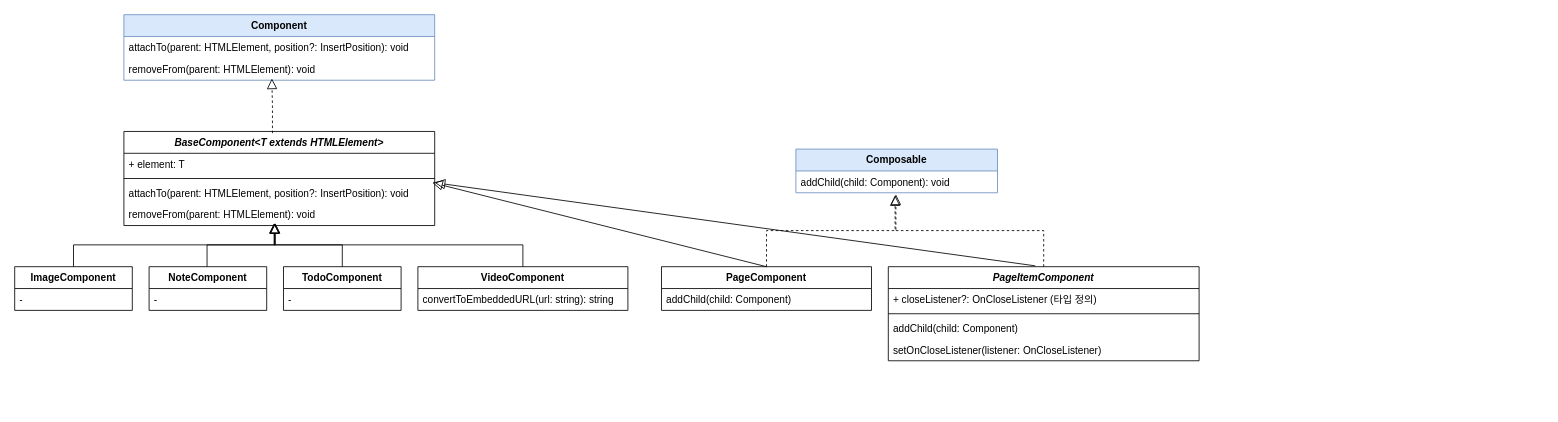
ljw1126/helloTypeScript keeps this draw.io diagram as motion/ts-domain.drawio. Above is the earlier version. Source tidied: cells renumbered, new cells numbered last; positions are measured from the earlier drawing's top-left corner, leaving out a move shared by most shapes. Both pictures are drawn from the tidied source at 84%, with x=0, y=0 at pixel (14, 14).
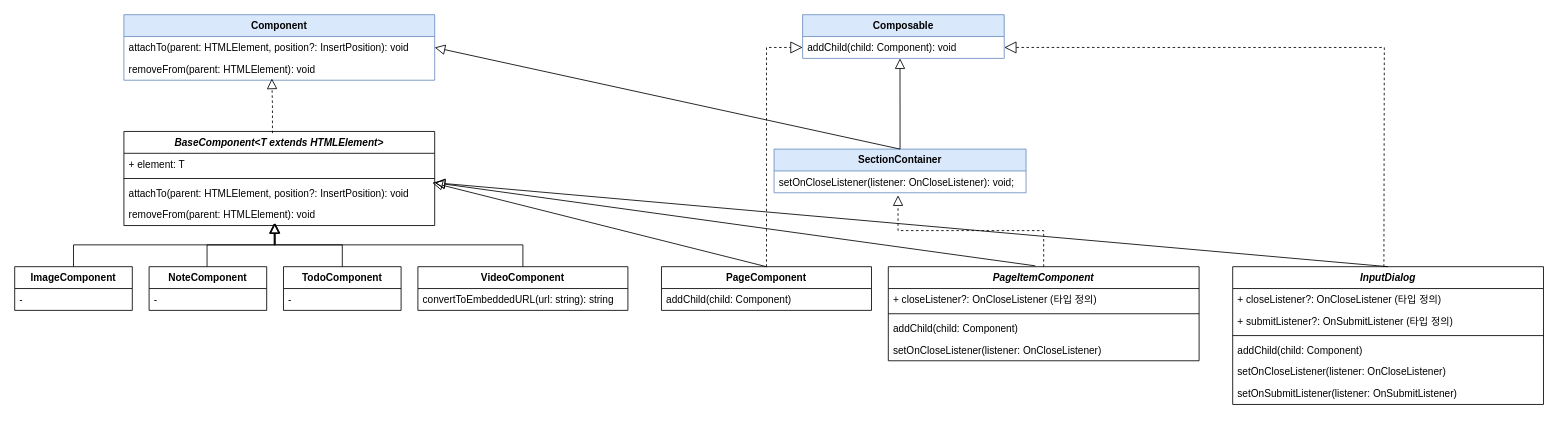
The same page after the edit.

Commit message:
update domain diagram

Unchanged cells that the change refers to:
```xml
<mxCell id="3" value="attachTo(parent: HTMLElement, position?: InsertPosition): void" style="text;strokeColor=none;fillColor=none;align=left;verticalAlign=top;spacingLeft=4;spacingRight=4;overflow=hidden;points=[[0,0.5],[1,0.5]];portConstraint=eastwest;whiteSpace=wrap;html=1;" parent="2" vertex="1">
  <mxGeometry y="26" width="370" height="26" as="geometry" />
</mxCell>
<mxCell id="31" value="&lt;b&gt;PageComponent&lt;/b&gt;" style="swimlane;fontStyle=0;horizontal=1;startSize=26;fillColor=none;whiteSpace=wrap;html=1;" parent="1" vertex="1">
  <mxGeometry x="770" y="300" width="250" height="52" as="geometry" />
</mxCell>
```

Change to the diagram source:
```diff
@@
-    <mxCell id="23" value="&lt;b&gt;Composable&lt;/b&gt;" style="swimlane;fontStyle=0;horizontal=1;startSize=26;fillColor=#dae8fc;whiteSpace=wrap;html=1;strokeColor=#6c8ebf;" parent="1" vertex="1">
-      <mxGeometry x="930" y="160" width="240" height="52" as="geometry" />
+    <mxCell id="23" value="&lt;b&gt;SectionContainer&lt;/b&gt;" style="swimlane;fontStyle=0;horizontal=1;startSize=26;fillColor=#dae8fc;whiteSpace=wrap;html=1;strokeColor=#6c8ebf;" parent="1" vertex="1">
+      <mxGeometry x="904" y="160" width="300" height="52" as="geometry" />
     </mxCell>
-    <mxCell id="24" value="addChild(child: Component): void" style="text;strokeColor=none;fillColor=none;align=left;verticalAlign=top;spacingLeft=4;spacingRight=4;overflow=hidden;points=[[0,0.5],[1,0.5]];portConstraint=eastwest;whiteSpace=wrap;html=1;" parent="23" vertex="1">
-      <mxGeometry y="26" width="240" height="26" as="geometry" />
+    <mxCell id="24" value="setOnCloseListener(listener: OnCloseListener): void;" style="text;strokeColor=none;fillColor=none;align=left;verticalAlign=top;spacingLeft=4;spacingRight=4;overflow=hidden;points=[[0,0.5],[1,0.5]];portConstraint=eastwest;whiteSpace=wrap;html=1;" parent="23" vertex="1">
+      <mxGeometry y="26" width="300" height="26" as="geometry" />
     </mxCell>
@@
-    <mxCell id="33" style="endArrow=block;endSize=10;endFill=0;shadow=0;strokeWidth=1;rounded=0;curved=0;edgeStyle=elbowEdgeStyle;elbow=vertical;entryX=0.496;entryY=1.077;entryDx=0;entryDy=0;entryPerimeter=0;exitX=0.5;exitY=0;exitDx=0;exitDy=0;dashed=1;" parent="1" edge="1" source="31" target="24">
-      <mxGeometry relative="1" as="geometry" />
-    </mxCell>
@@
+    <mxCell id="36" value="&lt;b&gt;Composable&lt;/b&gt;" style="swimlane;fontStyle=0;horizontal=1;startSize=26;fillColor=#dae8fc;whiteSpace=wrap;html=1;strokeColor=#6c8ebf;" parent="1" vertex="1">
+      <mxGeometry x="938" width="240" height="52" as="geometry" />
+    </mxCell>
+    <mxCell id="37" value="addChild(child: Component): void" style="text;strokeColor=none;fillColor=none;align=left;verticalAlign=top;spacingLeft=4;spacingRight=4;overflow=hidden;points=[[0,0.5],[1,0.5]];portConstraint=eastwest;whiteSpace=wrap;html=1;" parent="36" vertex="1">
+      <mxGeometry y="26" width="240" height="26" as="geometry" />
+    </mxCell>
+    <mxCell id="38" style="endArrow=block;endSize=10;endFill=0;shadow=0;strokeWidth=1;rounded=0;elbow=vertical;exitX=0.5;exitY=0;exitDx=0;exitDy=0;entryX=0.483;entryY=1;entryDx=0;entryDy=0;entryPerimeter=0;" parent="1" edge="1" source="23" target="37">
+      <mxGeometry relative="1" as="geometry" />
+    </mxCell>
+    <mxCell id="39" style="endArrow=block;endSize=10;endFill=0;shadow=0;strokeWidth=1;rounded=0;elbow=vertical;exitX=0.5;exitY=0;exitDx=0;exitDy=0;entryX=1;entryY=0.5;entryDx=0;entryDy=0;" parent="1" edge="1" source="23" target="3">
+      <mxGeometry relative="1" as="geometry" />
+    </mxCell>
+    <mxCell id="40" value="InputDialog" style="swimlane;fontStyle=3;align=center;verticalAlign=top;horizontal=1;startSize=26;rounded=0;shadow=0;strokeWidth=1;" parent="1" vertex="1">
+      <mxGeometry x="1450" y="300" width="370" height="164" as="geometry" />
+    </mxCell>
+    <mxCell id="41" value="+ closeListener?: OnCloseListener (타입 정의)" style="text;align=left;verticalAlign=top;spacingLeft=4;spacingRight=4;overflow=hidden;" parent="40" vertex="1">
+      <mxGeometry y="26" width="370" height="26" as="geometry" />
+    </mxCell>
+    <mxCell id="42" value="+ submitListener?: OnSubmitListener (타입 정의)" style="text;align=left;verticalAlign=top;spacingLeft=4;spacingRight=4;overflow=hidden;" parent="40" vertex="1">
+      <mxGeometry y="52" width="370" height="26" as="geometry" />
+    </mxCell>
+    <mxCell id="43" style="line;html=1;strokeWidth=1;align=left;verticalAlign=middle;spacingTop=-1;spacingLeft=3;spacingRight=3;labelPosition=right;" parent="40" vertex="1">
+      <mxGeometry y="78" width="370" height="8" as="geometry" />
+    </mxCell>
+    <mxCell id="44" value="addChild(child: Component)" style="text;align=left;verticalAlign=top;spacingLeft=4;spacingRight=4;overflow=hidden;" parent="40" vertex="1">
+      <mxGeometry y="86" width="370" height="26" as="geometry" />
+    </mxCell>
+    <mxCell id="45" value="setOnCloseListener(listener: OnCloseListener)" style="text;align=left;verticalAlign=top;spacingLeft=4;spacingRight=4;overflow=hidden;" parent="40" vertex="1">
+      <mxGeometry y="112" width="370" height="26" as="geometry" />
+    </mxCell>
+    <mxCell id="46" value="setOnSubmitListener(listener: OnSubmitListener)" style="text;align=left;verticalAlign=top;spacingLeft=4;spacingRight=4;overflow=hidden;" parent="40" vertex="1">
+      <mxGeometry y="138" width="370" height="26" as="geometry" />
+    </mxCell>
+    <mxCell id="47" style="endArrow=block;endSize=10;endFill=0;shadow=0;strokeWidth=1;rounded=0;elbow=vertical;exitX=0.5;exitY=0;exitDx=0;exitDy=0;" parent="1" edge="1" source="40">
+      <mxGeometry relative="1" as="geometry">
+        <mxPoint x="500" y="200" as="targetPoint" />
+      </mxGeometry>
+    </mxCell>
+    <mxCell id="48" style="endArrow=block;dashed=1;endFill=0;endSize=12;html=1;rounded=0;entryX=0;entryY=0.5;entryDx=0;entryDy=0;exitX=0.5;exitY=0;exitDx=0;exitDy=0;edgeStyle=orthogonalEdgeStyle;" parent="1" edge="1" source="31" target="37">
+      <mxGeometry relative="1" as="geometry" />
+    </mxCell>
+    <mxCell id="49" style="endArrow=block;dashed=1;endFill=0;endSize=12;html=1;rounded=0;entryX=1;entryY=0.5;entryDx=0;entryDy=0;edgeStyle=orthogonalEdgeStyle;" parent="1" edge="1" target="37">
+      <mxGeometry relative="1" as="geometry">
+        <mxPoint x="1630" y="300" as="sourcePoint" />
+      </mxGeometry>
+    </mxCell>
```
